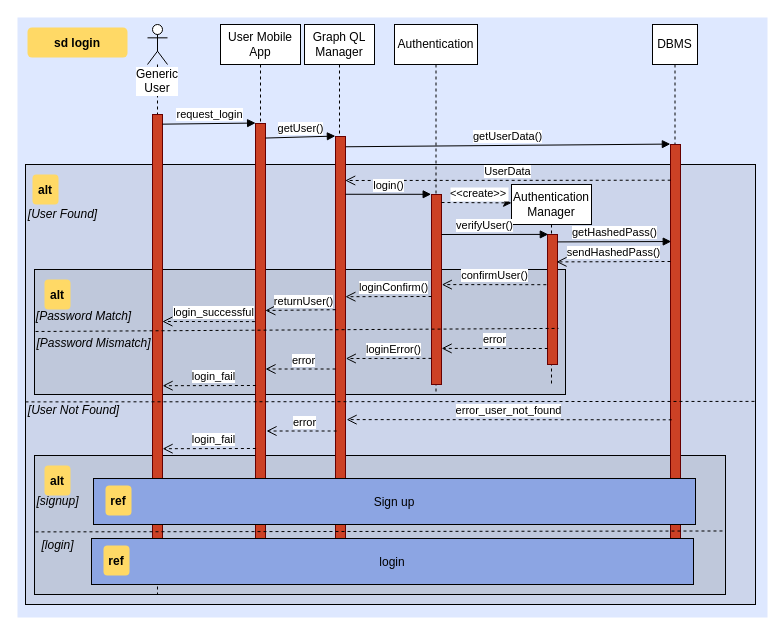
comidan/SafeStreets keeps this draw.io diagram as page "login" (1 of 7) of DD/sequence diagrams.drawio. Above is the earlier version. Source tidied: cells renumbered, new cells numbered last; positions are measured from the earlier drawing's top-left corner, leaving out a move shared by most shapes. Both pictures are drawn from the tidied source at 100%, with x=0, y=0 at pixel (17, 17).
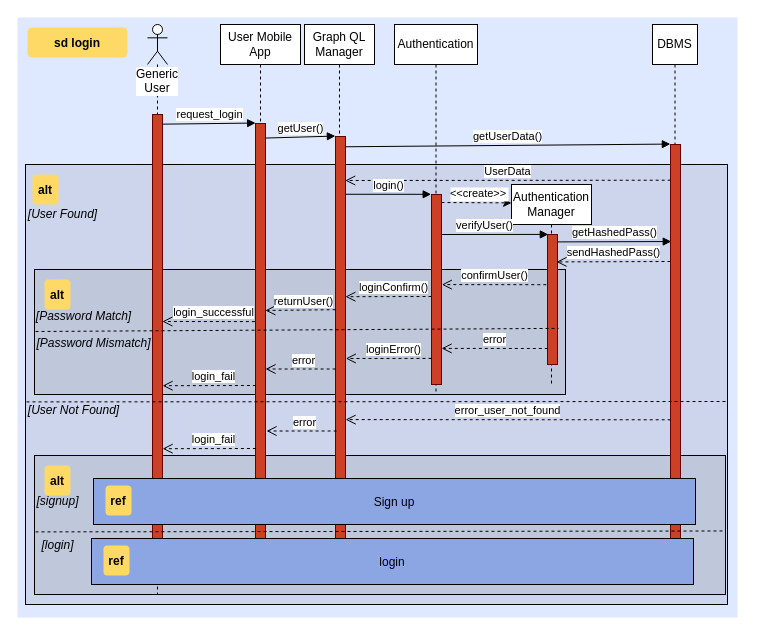
The same page after the edit.

Change to the diagram source:
```diff
@@
     <mxCell id="2" style="fillColor=#DEE8FF;strokeColor=none;" parent="1" vertex="1">
-      <mxGeometry width="750" height="600" as="geometry" />
+      <mxGeometry width="720" height="600" as="geometry" />
     </mxCell>
     <mxCell id="3" style="fillColor=#CCD5EB;" parent="1" vertex="1">
-      <mxGeometry x="8" y="147" width="730" height="440" as="geometry" />
+      <mxGeometry x="8" y="147" width="702" height="440" as="geometry" />
     </mxCell>
@@
-    <mxCell id="42" style="endArrow=none;dashed=1;html=1;exitX=0;exitY=0.719;exitDx=0;exitDy=0;exitPerimeter=0;entryX=0.999;entryY=0.718;entryDx=0;entryDy=0;entryPerimeter=0;" parent="1" edge="1">
+    <mxCell id="42" style="endArrow=none;dashed=1;html=1;exitX=0;exitY=0.719;exitDx=0;exitDy=0;exitPerimeter=0;" parent="1" edge="1">
       <mxGeometry relative="1" as="geometry">
-        <mxPoint x="8" y="384.4" as="sourcePoint" />
-        <mxPoint x="737.3" y="383.9" as="targetPoint" />
+        <mxPoint x="9" y="384.4" as="sourcePoint" />
+        <mxPoint x="711" y="384" as="targetPoint" />
       </mxGeometry>
     </mxCell>
@@
     <mxCell id="44" value="error_user_not_found" style="html=1;verticalAlign=bottom;endArrow=open;dashed=1;endSize=8;exitX=0.02;exitY=0.107;exitDx=0;exitDy=0;exitPerimeter=0;entryX=1.013;entryY=0.159;entryDx=0;entryDy=0;entryPerimeter=0;" parent="1" edge="1">
       <mxGeometry relative="1" as="geometry">
-        <mxPoint x="654.2" y="402.3" as="sourcePoint" />
-        <mxPoint x="329.1" y="402.1" as="targetPoint" />
+        <mxPoint x="653.2" y="402.3" as="sourcePoint" />
+        <mxPoint x="328.1" y="402.1" as="targetPoint" />
       </mxGeometry>
     </mxCell>
```
